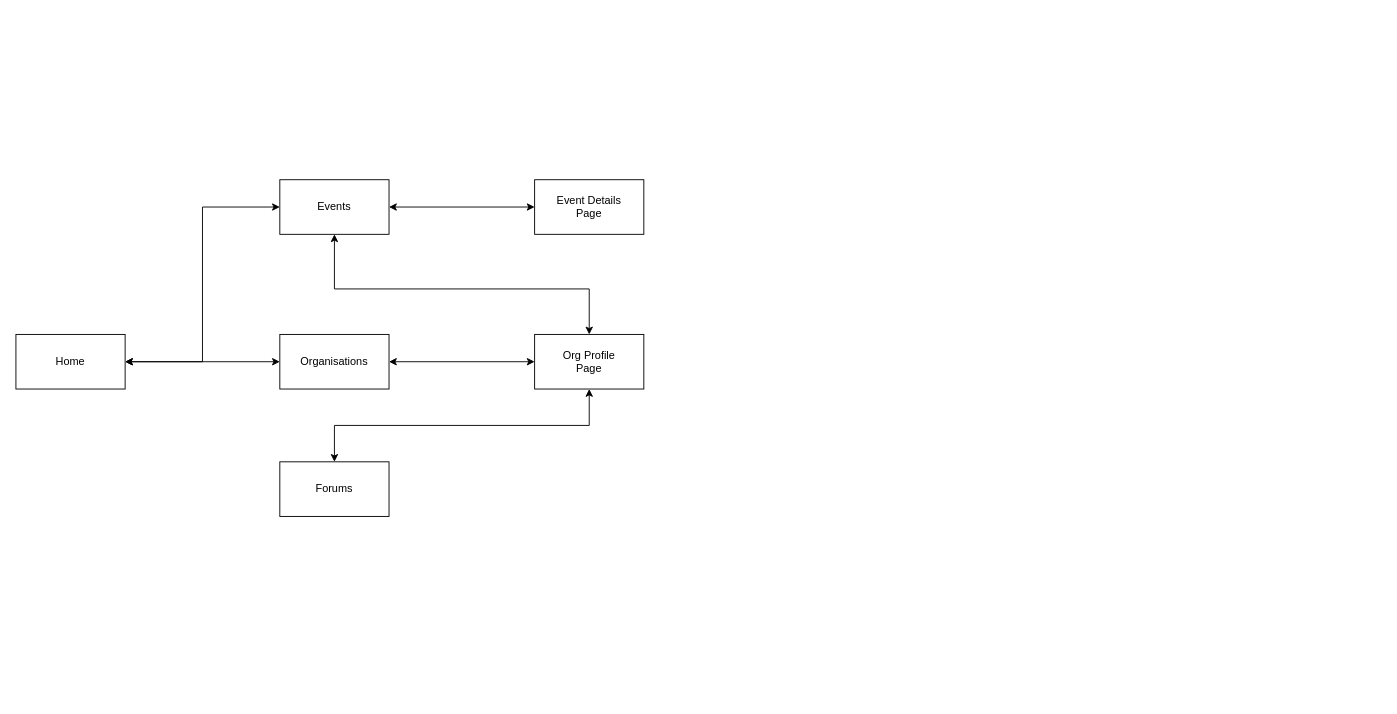
Before: sitemap.drawio in jaytality/lanparty.com.au, a draw.io diagram. Source tidied: cells renumbered, new cells numbered last; positions are measured from the earlier drawing's top-left corner, leaving out a move shared by most shapes. Both pictures are drawn from the tidied source at 91%, with x=0, y=0 at pixel (15, 179).
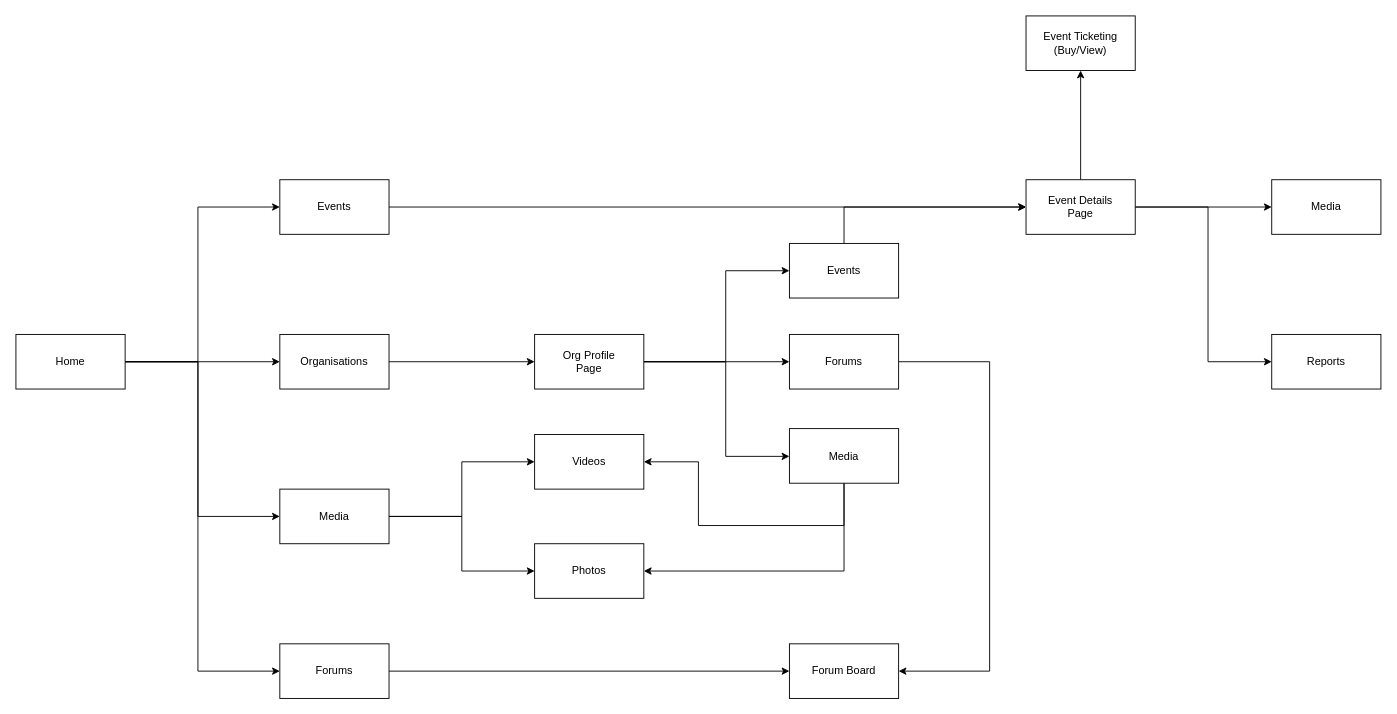
The same page after the edit.

The change refers to these unchanged cells:
```xml
<mxCell id="4" value="Home" style="rounded=0;whiteSpace=wrap;html=1;" parent="1" vertex="1">
  <mxGeometry y="170" width="120" height="60" as="geometry" />
</mxCell>
<mxCell id="6" value="Events" style="rounded=0;whiteSpace=wrap;html=1;" parent="1" vertex="1">
  <mxGeometry x="290" width="120" height="60" as="geometry" />
</mxCell>
<mxCell id="10" value="Organisations" style="rounded=0;whiteSpace=wrap;html=1;" parent="1" vertex="1">
  <mxGeometry x="290" y="170" width="120" height="60" as="geometry" />
</mxCell>
<mxCell id="13" value="Org Profile&lt;br&gt;Page" style="rounded=0;whiteSpace=wrap;html=1;" parent="1" vertex="1">
  <mxGeometry x="570" y="170" width="120" height="60" as="geometry" />
</mxCell>
```

Change to the diagram source:
```diff
@@
+    <mxCell id="3" style="edgeStyle=orthogonalEdgeStyle;rounded=0;jettySize=auto;html=1;" parent="1" edge="1" source="4" target="10">
+      <mxGeometry relative="1" as="geometry" />
+    </mxCell>
-    <mxCell id="2" style="edgeStyle=orthogonalEdgeStyle;rounded=0;jettySize=auto;html=1;entryX=0;entryY=0.5;entryDx=0;entryDy=0;startArrow=classic;startFill=1;" parent="1" edge="1" source="4" target="6">
-      <mxGeometry relative="1" as="geometry" />
+    <mxCell id="2" style="edgeStyle=orthogonalEdgeStyle;rounded=0;jettySize=auto;html=1;" parent="1" edge="1" source="4" target="6">
+      <mxGeometry relative="1" as="geometry">
+        <Array as="points">
+          <mxPoint x="200" y="200" />
+          <mxPoint x="200" y="30" />
+        </Array>
+      </mxGeometry>
     </mxCell>
-    <mxCell id="3" style="edgeStyle=orthogonalEdgeStyle;rounded=0;jettySize=auto;html=1;startArrow=classic;startFill=1;" parent="1" edge="1" source="4" target="10">
-      <mxGeometry relative="1" as="geometry" />
-    </mxCell>
+    <mxCell id="14" style="edgeStyle=orthogonalEdgeStyle;rounded=0;jettySize=auto;html=1;" parent="1" edge="1" source="4" target="8">
+      <mxGeometry relative="1" as="geometry">
+        <Array as="points">
+          <mxPoint x="200" y="200" />
+          <mxPoint x="200" y="370" />
+        </Array>
+      </mxGeometry>
+    </mxCell>
+    <mxCell id="15" style="edgeStyle=orthogonalEdgeStyle;rounded=0;jettySize=auto;html=1;" parent="1" edge="1" source="4" target="31">
+      <mxGeometry relative="1" as="geometry">
+        <Array as="points">
+          <mxPoint x="200" y="200" />
+          <mxPoint x="200" y="540" />
+        </Array>
+      </mxGeometry>
+    </mxCell>
@@
-    <mxCell id="5" style="edgeStyle=orthogonalEdgeStyle;rounded=0;jettySize=auto;html=1;startArrow=classic;startFill=1;" parent="1" edge="1" source="6" target="7">
+    <mxCell id="5" style="edgeStyle=orthogonalEdgeStyle;rounded=0;jettySize=auto;html=1;" parent="1" edge="1" source="6" target="7">
       <mxGeometry relative="1" as="geometry" />
     </mxCell>
@@
+    <mxCell id="16" style="edgeStyle=orthogonalEdgeStyle;rounded=0;jettySize=auto;html=1;" parent="1" edge="1" source="7" target="21">
+      <mxGeometry relative="1" as="geometry" />
+    </mxCell>
+    <mxCell id="17" style="edgeStyle=orthogonalEdgeStyle;rounded=0;jettySize=auto;html=1;" parent="1" edge="1" source="7" target="20">
+      <mxGeometry relative="1" as="geometry" />
+    </mxCell>
+    <mxCell id="18" style="edgeStyle=orthogonalEdgeStyle;rounded=0;jettySize=auto;html=1;" parent="1" edge="1" source="7" target="19">
+      <mxGeometry relative="1" as="geometry">
+        <Array as="points">
+          <mxPoint x="1310" y="30" />
+          <mxPoint x="1310" y="200" />
+        </Array>
+      </mxGeometry>
+    </mxCell>
     <mxCell id="7" value="Event Details&lt;br&gt;Page" style="rounded=0;whiteSpace=wrap;html=1;" parent="1" vertex="1">
-      <mxGeometry x="570" width="120" height="60" as="geometry" />
+      <mxGeometry x="1110" width="120" height="60" as="geometry" />
     </mxCell>
+    <mxCell id="19" value="Reports" style="rounded=0;whiteSpace=wrap;html=1;" parent="1" vertex="1">
+      <mxGeometry x="1380" y="170" width="120" height="60" as="geometry" />
+    </mxCell>
+    <mxCell id="20" value="Media" style="rounded=0;whiteSpace=wrap;html=1;" parent="1" vertex="1">
+      <mxGeometry x="1380" width="120" height="60" as="geometry" />
+    </mxCell>
+    <mxCell id="21" value="Event Ticketing&lt;br&gt;(Buy/View)" style="rounded=0;whiteSpace=wrap;html=1;" parent="1" vertex="1">
+      <mxGeometry x="1110" y="-180" width="120" height="60" as="geometry" />
+    </mxCell>
+    <mxCell id="22" style="edgeStyle=orthogonalEdgeStyle;rounded=0;jettySize=auto;html=1;" parent="1" edge="1" source="8" target="24">
+      <mxGeometry relative="1" as="geometry" />
+    </mxCell>
+    <mxCell id="23" style="edgeStyle=orthogonalEdgeStyle;rounded=0;jettySize=auto;html=1;" parent="1" edge="1" source="8" target="38">
+      <mxGeometry relative="1" as="geometry" />
+    </mxCell>
-    <mxCell id="8" value="Forums" style="rounded=0;whiteSpace=wrap;html=1;" parent="1" vertex="1">
-      <mxGeometry x="290" y="310" width="120" height="60" as="geometry" />
+    <mxCell id="8" value="Media" style="rounded=0;whiteSpace=wrap;html=1;" parent="1" vertex="1">
+      <mxGeometry x="290" y="340" width="120" height="60" as="geometry" />
     </mxCell>
+    <mxCell id="24" value="Videos" style="rounded=0;whiteSpace=wrap;html=1;" parent="1" vertex="1">
+      <mxGeometry x="570" y="280" width="120" height="60" as="geometry" />
+    </mxCell>
-    <mxCell id="9" style="edgeStyle=orthogonalEdgeStyle;rounded=0;jettySize=auto;html=1;startArrow=classic;startFill=1;" parent="1" edge="1" source="10" target="13">
+    <mxCell id="9" style="edgeStyle=orthogonalEdgeStyle;rounded=0;jettySize=auto;html=1;" parent="1" edge="1" source="10" target="13">
       <mxGeometry relative="1" as="geometry" />
     </mxCell>
@@
-    <mxCell id="11" style="edgeStyle=orthogonalEdgeStyle;rounded=0;jettySize=auto;html=1;startArrow=classic;startFill=1;" parent="1" edge="1" source="13" target="6">
-      <mxGeometry relative="1" as="geometry">
-        <Array as="points">
-          <mxPoint x="630" y="120" />
-          <mxPoint x="350" y="120" />
-        </Array>
-      </mxGeometry>
-    </mxCell>
-    <mxCell id="12" style="edgeStyle=orthogonalEdgeStyle;rounded=0;jettySize=auto;html=1;startArrow=classic;startFill=1;" parent="1" edge="1" source="13" target="8">
-      <mxGeometry relative="1" as="geometry">
-        <Array as="points">
-          <mxPoint x="630" y="270" />
-          <mxPoint x="350" y="270" />
-        </Array>
-      </mxGeometry>
-    </mxCell>
+    <mxCell id="25" style="edgeStyle=orthogonalEdgeStyle;rounded=0;jettySize=auto;html=1;" parent="1" edge="1" source="13" target="29">
+      <mxGeometry relative="1" as="geometry" />
+    </mxCell>
+    <mxCell id="26" style="edgeStyle=orthogonalEdgeStyle;rounded=0;jettySize=auto;html=1;" parent="1" edge="1" source="13" target="37">
+      <mxGeometry relative="1" as="geometry">
+        <Array as="points">
+          <mxPoint x="780" y="200" />
+          <mxPoint x="780" y="100" />
+        </Array>
+      </mxGeometry>
+    </mxCell>
+    <mxCell id="27" style="edgeStyle=orthogonalEdgeStyle;rounded=0;jettySize=auto;html=1;" parent="1" edge="1" source="13" target="35">
+      <mxGeometry relative="1" as="geometry">
+        <Array as="points">
+          <mxPoint x="780" y="200" />
+          <mxPoint x="780" y="304" />
+        </Array>
+      </mxGeometry>
+    </mxCell>
@@
+    <mxCell id="28" style="edgeStyle=orthogonalEdgeStyle;rounded=0;jettySize=auto;html=1;" parent="1" edge="1" source="29" target="32">
+      <mxGeometry relative="1" as="geometry">
+        <Array as="points">
+          <mxPoint x="1070" y="200" />
+          <mxPoint x="1070" y="540" />
+        </Array>
+      </mxGeometry>
+    </mxCell>
+    <mxCell id="29" value="Forums" style="rounded=0;whiteSpace=wrap;html=1;" parent="1" vertex="1">
+      <mxGeometry x="850" y="170" width="120" height="60" as="geometry" />
+    </mxCell>
+    <mxCell id="30" style="edgeStyle=orthogonalEdgeStyle;rounded=0;jettySize=auto;html=1;" parent="1" edge="1" source="31" target="32">
+      <mxGeometry relative="1" as="geometry" />
+    </mxCell>
+    <mxCell id="31" value="Forums" style="rounded=0;whiteSpace=wrap;html=1;" parent="1" vertex="1">
+      <mxGeometry x="290" y="510" width="120" height="60" as="geometry" />
+    </mxCell>
+    <mxCell id="32" value="Forum Board" style="rounded=0;whiteSpace=wrap;html=1;" parent="1" vertex="1">
+      <mxGeometry x="850" y="510" width="120" height="60" as="geometry" />
+    </mxCell>
+    <mxCell id="33" style="edgeStyle=orthogonalEdgeStyle;rounded=0;jettySize=auto;html=1;" parent="1" edge="1" source="35" target="38">
+      <mxGeometry relative="1" as="geometry">
+        <Array as="points">
+          <mxPoint x="910" y="430" />
+        </Array>
+      </mxGeometry>
+    </mxCell>
+    <mxCell id="34" style="edgeStyle=orthogonalEdgeStyle;rounded=0;jettySize=auto;html=1;" parent="1" edge="1" source="35" target="24">
+      <mxGeometry relative="1" as="geometry">
+        <Array as="points">
+          <mxPoint x="910" y="380" />
+          <mxPoint x="750" y="380" />
+          <mxPoint x="750" y="310" />
+        </Array>
+      </mxGeometry>
+    </mxCell>
+    <mxCell id="35" value="Media" style="rounded=0;whiteSpace=wrap;html=1;" parent="1" vertex="1">
+      <mxGeometry x="850" y="273.5" width="120" height="60" as="geometry" />
+    </mxCell>
+    <mxCell id="36" style="edgeStyle=orthogonalEdgeStyle;rounded=0;jettySize=auto;html=1;" parent="1" edge="1" source="37" target="7">
+      <mxGeometry relative="1" as="geometry">
+        <Array as="points">
+          <mxPoint x="910" y="30" />
+        </Array>
+      </mxGeometry>
+    </mxCell>
+    <mxCell id="37" value="Events" style="rounded=0;whiteSpace=wrap;html=1;" parent="1" vertex="1">
+      <mxGeometry x="850" y="70" width="120" height="60" as="geometry" />
+    </mxCell>
+    <mxCell id="38" value="Photos" style="rounded=0;whiteSpace=wrap;html=1;" parent="1" vertex="1">
+      <mxGeometry x="570" y="400" width="120" height="60" as="geometry" />
+    </mxCell>
```
